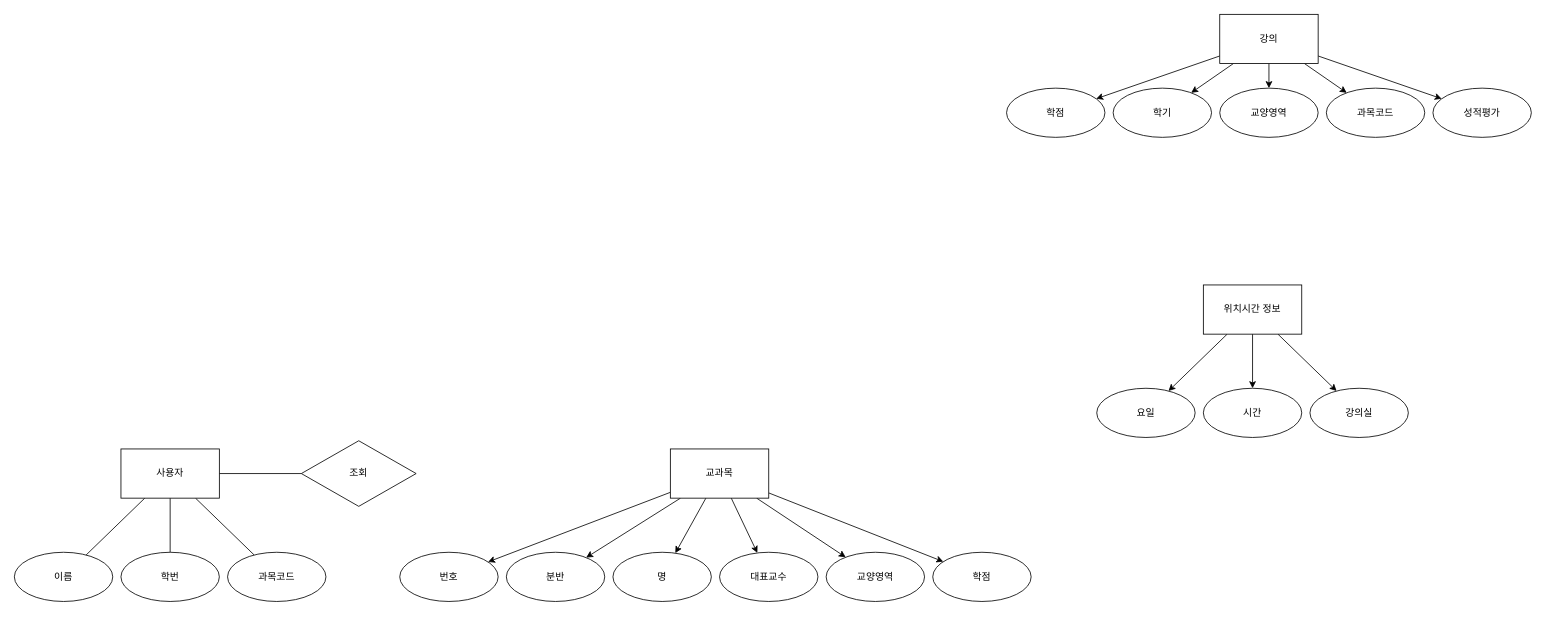
Above: Untitled Diagram.drawio in Skoooo/webmafia (draw.io), before the change. Source tidied: cells renumbered, new cells numbered last; positions are measured from the earlier drawing's top-left corner, leaving out a move shared by most shapes. Both pictures are drawn from the tidied source at 82%, with x=0, y=0 at pixel (14, 14).
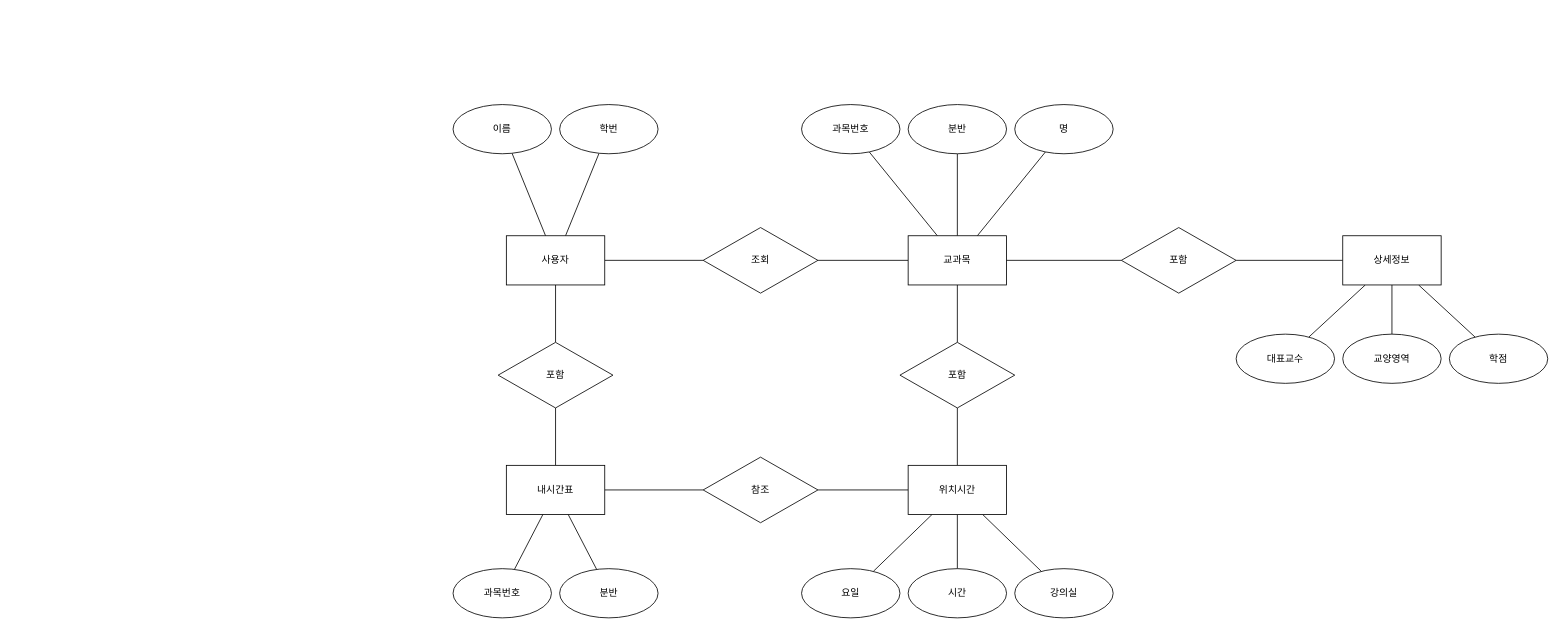
Above is the later version.

Change to the diagram source:
```diff
@@
-    <mxCell id="2" style="rounded=0;jettySize=auto;html=1;" parent="1" edge="1" source="10" target="11">
-      <mxGeometry relative="1" as="geometry" />
-    </mxCell>
-    <mxCell id="3" style="rounded=0;jettySize=auto;html=1;" parent="1" edge="1" source="27" target="12">
+    <mxCell id="3" style="rounded=0;jettySize=auto;html=1;endArrow=none;endFill=0;" parent="1" edge="1" source="27" target="12">
       <mxGeometry relative="1" as="geometry" />
     </mxCell>
-    <mxCell id="4" style="edgeStyle=none;rounded=0;jettySize=auto;html=1;" parent="1" edge="1" source="10" target="21">
-      <mxGeometry relative="1" as="geometry" />
-    </mxCell>
-    <mxCell id="5" style="edgeStyle=none;rounded=0;jettySize=auto;html=1;" parent="1" edge="1" source="10" target="22">
-      <mxGeometry relative="1" as="geometry" />
-    </mxCell>
-    <mxCell id="6" style="edgeStyle=none;rounded=0;jettySize=auto;html=1;" parent="1" edge="1" source="10" target="23">
-      <mxGeometry relative="1" as="geometry" />
-    </mxCell>
-    <mxCell id="7" style="edgeStyle=none;rounded=0;jettySize=auto;html=1;" parent="1" edge="1" source="10" target="24">
-      <mxGeometry relative="1" as="geometry" />
-    </mxCell>
-    <mxCell id="8" style="edgeStyle=none;rounded=0;jettySize=auto;html=1;" parent="1" edge="1" source="27" target="25">
+    <mxCell id="8" style="edgeStyle=none;rounded=0;jettySize=auto;html=1;endArrow=none;endFill=0;" parent="1" edge="1" source="27" target="25">
       <mxGeometry relative="1" as="geometry" />
     </mxCell>
-    <mxCell id="9" style="edgeStyle=none;rounded=0;jettySize=auto;html=1;" parent="1" edge="1" source="27" target="26">
+    <mxCell id="9" style="edgeStyle=none;rounded=0;jettySize=auto;html=1;endArrow=none;endFill=0;" parent="1" edge="1" source="27" target="26">
       <mxGeometry relative="1" as="geometry" />
     </mxCell>
-    <mxCell id="10" value="강의" style="rounded=0;whiteSpace=wrap;html=1;" parent="1" vertex="1">
-      <mxGeometry x="1470" width="120" height="60" as="geometry" />
-    </mxCell>
-    <mxCell id="11" value="과목코드" style="ellipse;whiteSpace=wrap;html=1;rounded=0;" parent="1" vertex="1">
-      <mxGeometry x="1600" y="90" width="120" height="60" as="geometry" />
-    </mxCell>
     <mxCell id="12" value="강의실" style="ellipse;whiteSpace=wrap;html=1;rounded=0;" parent="1" vertex="1">
-      <mxGeometry x="1580" y="456" width="120" height="60" as="geometry" />
+      <mxGeometry x="1220" y="676" width="120" height="60" as="geometry" />
     </mxCell>
-    <mxCell id="13" style="rounded=0;jettySize=auto;html=1;endArrow=none;endFill=0;" parent="1" edge="1" source="17" target="18">
-      <mxGeometry relative="1" as="geometry" />
-    </mxCell>
@@
+    <mxCell id="45" style="edgeStyle=orthogonalEdgeStyle;rounded=0;jettySize=auto;html=1;endArrow=none;endFill=0;" parent="1" edge="1" source="17" target="56">
+      <mxGeometry relative="1" as="geometry" />
+    </mxCell>
     <mxCell id="17" value="사용자" style="rounded=0;whiteSpace=wrap;html=1;" parent="1" vertex="1">
-      <mxGeometry x="130" y="530" width="120" height="60" as="geometry" />
+      <mxGeometry x="600" y="270" width="120" height="60" as="geometry" />
     </mxCell>
-    <mxCell id="18" value="과목코드" style="ellipse;whiteSpace=wrap;html=1;rounded=0;" parent="1" vertex="1">
-      <mxGeometry x="260" y="656" width="120" height="60" as="geometry" />
-    </mxCell>
     <mxCell id="19" value="이름" style="ellipse;whiteSpace=wrap;html=1;rounded=0;" parent="1" vertex="1">
-      <mxGeometry y="656" width="120" height="60" as="geometry" />
+      <mxGeometry x="535" y="110" width="120" height="60" as="geometry" />
     </mxCell>
     <mxCell id="20" value="학번" style="ellipse;whiteSpace=wrap;html=1;rounded=0;" parent="1" vertex="1">
-      <mxGeometry x="130" y="656" width="120" height="60" as="geometry" />
+      <mxGeometry x="665" y="110" width="120" height="60" as="geometry" />
     </mxCell>
-    <mxCell id="21" value="학기" style="ellipse;whiteSpace=wrap;html=1;rounded=0;" parent="1" vertex="1">
-      <mxGeometry x="1340" y="90" width="120" height="60" as="geometry" />
-    </mxCell>
-    <mxCell id="22" value="교양영역" style="ellipse;whiteSpace=wrap;html=1;rounded=0;" parent="1" vertex="1">
-      <mxGeometry x="1470" y="90" width="120" height="60" as="geometry" />
-    </mxCell>
-    <mxCell id="23" value="학점" style="ellipse;whiteSpace=wrap;html=1;rounded=0;" parent="1" vertex="1">
-      <mxGeometry x="1210" y="90" width="120" height="60" as="geometry" />
-    </mxCell>
-    <mxCell id="24" value="성적평가" style="ellipse;whiteSpace=wrap;html=1;rounded=0;" parent="1" vertex="1">
-      <mxGeometry x="1730" y="90" width="120" height="60" as="geometry" />
-    </mxCell>
     <mxCell id="25" value="요일" style="ellipse;whiteSpace=wrap;html=1;rounded=0;" parent="1" vertex="1">
-      <mxGeometry x="1320" y="456" width="120" height="60" as="geometry" />
+      <mxGeometry x="960" y="676" width="120" height="60" as="geometry" />
     </mxCell>
     <mxCell id="26" value="시간" style="ellipse;whiteSpace=wrap;html=1;rounded=0;" parent="1" vertex="1">
-      <mxGeometry x="1450" y="456" width="120" height="60" as="geometry" />
+      <mxGeometry x="1090" y="676" width="120" height="60" as="geometry" />
     </mxCell>
+    <mxCell id="46" style="edgeStyle=orthogonalEdgeStyle;rounded=0;jettySize=auto;html=1;endArrow=none;endFill=0;" parent="1" edge="1" source="27" target="54">
+      <mxGeometry relative="1" as="geometry" />
+    </mxCell>
+    <mxCell id="47" style="edgeStyle=none;rounded=0;jettySize=auto;html=1;endArrow=none;endFill=0;" parent="1" edge="1" source="27" target="63">
+      <mxGeometry relative="1" as="geometry" />
+    </mxCell>
-    <mxCell id="27" value="위치시간 정보" style="rounded=0;whiteSpace=wrap;html=1;" parent="1" vertex="1">
-      <mxGeometry x="1450" y="330" width="120" height="60" as="geometry" />
+    <mxCell id="27" value="위치시간" style="rounded=0;whiteSpace=wrap;html=1;" parent="1" vertex="1">
+      <mxGeometry x="1090" y="550" width="120" height="60" as="geometry" />
     </mxCell>
@@
-    <mxCell id="29" style="rounded=0;jettySize=auto;html=1;" parent="1" edge="1" source="38" target="32">
+    <mxCell id="29" style="rounded=0;jettySize=auto;html=1;endArrow=none;endFill=0;" parent="1" edge="1" source="38" target="32">
       <mxGeometry relative="1" as="geometry" />
     </mxCell>
-    <mxCell id="30" style="edgeStyle=none;rounded=0;jettySize=auto;html=1;" parent="1" edge="1" source="38" target="33">
+    <mxCell id="30" style="edgeStyle=none;rounded=0;jettySize=auto;html=1;endArrow=none;endFill=0;" parent="1" edge="1" source="38" target="33">
       <mxGeometry relative="1" as="geometry" />
     </mxCell>
-    <mxCell id="31" style="edgeStyle=none;rounded=0;jettySize=auto;html=1;" parent="1" edge="1" source="38" target="34">
+    <mxCell id="31" style="edgeStyle=none;rounded=0;jettySize=auto;html=1;endArrow=none;endFill=0;" parent="1" edge="1" source="38" target="34">
       <mxGeometry relative="1" as="geometry" />
     </mxCell>
     <mxCell id="32" value="명" style="ellipse;whiteSpace=wrap;html=1;rounded=0;" parent="1" vertex="1">
-      <mxGeometry x="730" y="656" width="120" height="60" as="geometry" />
+      <mxGeometry x="1220" y="110" width="120" height="60" as="geometry" />
     </mxCell>
-    <mxCell id="33" value="번호" style="ellipse;whiteSpace=wrap;html=1;rounded=0;" parent="1" vertex="1">
-      <mxGeometry x="470" y="656" width="120" height="60" as="geometry" />
+    <mxCell id="33" value="과목번호" style="ellipse;whiteSpace=wrap;html=1;rounded=0;" parent="1" vertex="1">
+      <mxGeometry x="960" y="110" width="120" height="60" as="geometry" />
     </mxCell>
     <mxCell id="34" value="분반" style="ellipse;whiteSpace=wrap;html=1;rounded=0;" parent="1" vertex="1">
-      <mxGeometry x="600" y="656" width="120" height="60" as="geometry" />
+      <mxGeometry x="1090" y="110" width="120" height="60" as="geometry" />
     </mxCell>
-    <mxCell id="35" style="edgeStyle=none;rounded=0;jettySize=auto;html=1;" parent="1" edge="1" source="38" target="40">
+    <mxCell id="35" style="edgeStyle=none;rounded=0;jettySize=auto;html=1;endArrow=none;endFill=0;" parent="1" edge="1" source="51" target="40">
       <mxGeometry relative="1" as="geometry" />
     </mxCell>
-    <mxCell id="36" style="edgeStyle=none;rounded=0;jettySize=auto;html=1;" parent="1" edge="1" source="38" target="41">
+    <mxCell id="36" style="edgeStyle=none;rounded=0;jettySize=auto;html=1;endArrow=none;endFill=0;" parent="1" edge="1" source="51" target="41">
       <mxGeometry relative="1" as="geometry" />
     </mxCell>
-    <mxCell id="37" style="edgeStyle=none;rounded=0;jettySize=auto;html=1;" parent="1" edge="1" source="38" target="42">
+    <mxCell id="37" style="edgeStyle=none;rounded=0;jettySize=auto;html=1;endArrow=none;endFill=0;" parent="1" edge="1" source="51" target="42">
       <mxGeometry relative="1" as="geometry" />
     </mxCell>
+    <mxCell id="48" style="edgeStyle=orthogonalEdgeStyle;rounded=0;jettySize=auto;html=1;endArrow=none;endFill=0;" parent="1" edge="1" source="38" target="43">
+      <mxGeometry relative="1" as="geometry" />
+    </mxCell>
+    <mxCell id="49" style="edgeStyle=orthogonalEdgeStyle;rounded=0;jettySize=auto;html=1;endArrow=none;endFill=0;" parent="1" edge="1" source="38" target="54">
+      <mxGeometry relative="1" as="geometry" />
+    </mxCell>
     <mxCell id="38" value="교과목" style="rounded=0;whiteSpace=wrap;html=1;" parent="1" vertex="1">
-      <mxGeometry x="800" y="530" width="120" height="60" as="geometry" />
+      <mxGeometry x="1090" y="270" width="120" height="60" as="geometry" />
     </mxCell>
@@
     <mxCell id="40" value="대표교수" style="ellipse;whiteSpace=wrap;html=1;rounded=0;" parent="1" vertex="1">
-      <mxGeometry x="860" y="656" width="120" height="60" as="geometry" />
+      <mxGeometry x="1490" y="390" width="120" height="60" as="geometry" />
     </mxCell>
     <mxCell id="41" value="교양영역" style="ellipse;whiteSpace=wrap;html=1;rounded=0;" parent="1" vertex="1">
-      <mxGeometry x="990" y="656" width="120" height="60" as="geometry" />
+      <mxGeometry x="1620" y="390" width="120" height="60" as="geometry" />
     </mxCell>
     <mxCell id="42" value="학점" style="ellipse;whiteSpace=wrap;html=1;rounded=0;" parent="1" vertex="1">
-      <mxGeometry x="1120" y="656" width="120" height="60" as="geometry" />
+      <mxGeometry x="1750" y="390" width="120" height="60" as="geometry" />
     </mxCell>
     <mxCell id="43" value="조회" style="rhombus;whiteSpace=wrap;html=1;rounded=0;" parent="1" vertex="1">
-      <mxGeometry x="350" y="520" width="140" height="80" as="geometry" />
+      <mxGeometry x="840" y="260" width="140" height="80" as="geometry" />
     </mxCell>
-    <mxCell id="44" style="edgeStyle=none;rounded=0;orthogonalLoop=1;jettySize=auto;html=1;exitX=0;exitY=1;exitDx=0;exitDy=0;" parent="1" edge="1" source="43" target="43">
-      <mxGeometry relative="1" as="geometry" />
+    <mxCell id="44" style="edgeStyle=none;rounded=0;orthogonalLoop=1;jettySize=auto;html=1;exitX=0;exitY=1;exitDx=0;exitDy=0;" parent="1" edge="1">
+      <mxGeometry relative="1" as="geometry">
+        <mxPoint x="855" y="320" as="sourcePoint" />
+        <mxPoint x="855" y="320" as="targetPoint" />
+      </mxGeometry>
     </mxCell>
+    <mxCell id="50" style="edgeStyle=orthogonalEdgeStyle;rounded=0;jettySize=auto;html=1;endArrow=none;endFill=0;" parent="1" edge="1" source="51" target="53">
+      <mxGeometry relative="1" as="geometry" />
+    </mxCell>
+    <mxCell id="51" value="상세정보" style="rounded=0;whiteSpace=wrap;html=1;" parent="1" vertex="1">
+      <mxGeometry x="1620" y="270" width="120" height="60" as="geometry" />
+    </mxCell>
+    <mxCell id="52" style="edgeStyle=orthogonalEdgeStyle;rounded=0;jettySize=auto;html=1;endArrow=none;endFill=0;" parent="1" edge="1" source="53" target="38">
+      <mxGeometry relative="1" as="geometry" />
+    </mxCell>
+    <mxCell id="53" value="포함" style="rhombus;whiteSpace=wrap;html=1;" parent="1" vertex="1">
+      <mxGeometry x="1350" y="260" width="140" height="80" as="geometry" />
+    </mxCell>
+    <mxCell id="54" value="포함" style="rhombus;whiteSpace=wrap;html=1;" parent="1" vertex="1">
+      <mxGeometry x="1080" y="400" width="140" height="80" as="geometry" />
+    </mxCell>
+    <mxCell id="55" style="edgeStyle=orthogonalEdgeStyle;rounded=0;jettySize=auto;html=1;endArrow=none;endFill=0;" parent="1" edge="1" source="56" target="58">
+      <mxGeometry relative="1" as="geometry" />
+    </mxCell>
+    <mxCell id="56" value="포함" style="rhombus;whiteSpace=wrap;html=1;" parent="1" vertex="1">
+      <mxGeometry x="590" y="400" width="140" height="80" as="geometry" />
+    </mxCell>
+    <mxCell id="57" style="edgeStyle=none;rounded=0;jettySize=auto;html=1;endArrow=none;endFill=0;" parent="1" edge="1" source="58" target="63">
+      <mxGeometry relative="1" as="geometry" />
+    </mxCell>
+    <mxCell id="58" value="내시간표" style="rounded=0;whiteSpace=wrap;html=1;" parent="1" vertex="1">
+      <mxGeometry x="600" y="550" width="120" height="60" as="geometry" />
+    </mxCell>
+    <mxCell id="59" style="rounded=0;jettySize=auto;html=1;endArrow=none;endFill=0;" parent="1" edge="1" source="60" target="58">
+      <mxGeometry relative="1" as="geometry" />
+    </mxCell>
+    <mxCell id="60" value="과목번호" style="ellipse;whiteSpace=wrap;html=1;rounded=0;" parent="1" vertex="1">
+      <mxGeometry x="535" y="676" width="120" height="60" as="geometry" />
+    </mxCell>
+    <mxCell id="61" style="rounded=0;jettySize=auto;html=1;endArrow=none;endFill=0;" parent="1" edge="1" source="62" target="58">
+      <mxGeometry relative="1" as="geometry" />
+    </mxCell>
+    <mxCell id="62" value="분반" style="ellipse;whiteSpace=wrap;html=1;rounded=0;" parent="1" vertex="1">
+      <mxGeometry x="665" y="676" width="120" height="60" as="geometry" />
+    </mxCell>
+    <mxCell id="63" value="참조" style="rhombus;whiteSpace=wrap;html=1;" parent="1" vertex="1">
+      <mxGeometry x="840" y="540" width="140" height="80" as="geometry" />
+    </mxCell>
```
